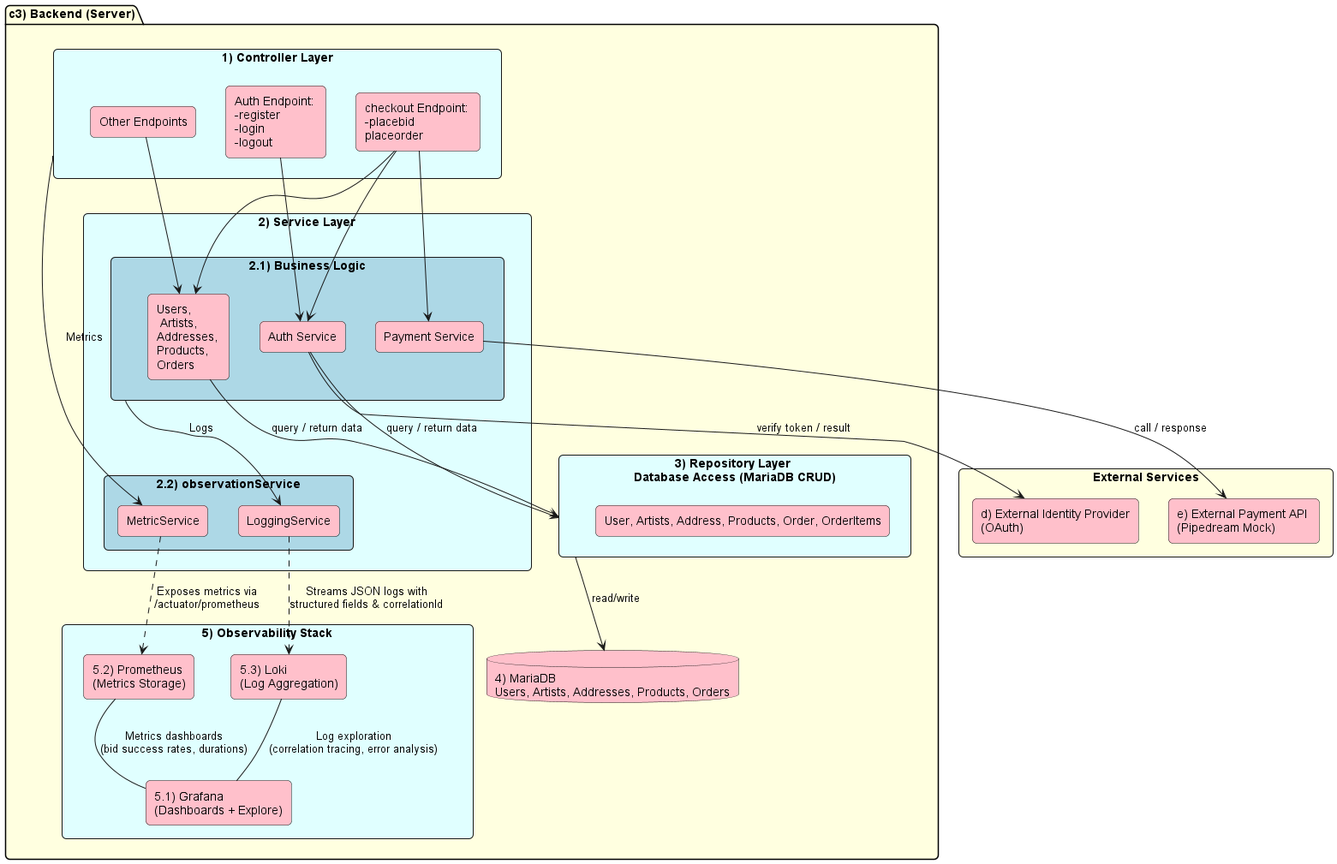
Before: out/puml/system_architecture_backend/backend_architecture.png, a diagram exported from PlantUML (golihaidari/BidGallery). Its diagram source:
```plantuml
@startuml backend_architecture

!define RECTANGLE class
skinparam defaultFontName Arial
skinparam roundCorner 10
skinparam classBackgroundColor White
skinparam classBorderColor Black
skinparam shadowing false

package "c3) Backend (Server)" #LightYellow {
  rectangle "1) Controller Layer" as Controllers #LightCyan{
    rectangle "Auth Endpoint: \n-register \n-login \n-logout" as AuthCtrl  #Pink
    rectangle "Other Endpoints" as OtherCtrl #Pink
    rectangle "checkout Endpoint: \n-placebid \nplaceorder" as CheckoutCtrl #Pink
  }
  rectangle "2) Service Layer" as Services #LightCyan {
    rectangle "2.1) Business Logic" as BusinessSer  #LightBlue{
      rectangle "Auth Service" as AuthSer #Pink
      rectangle "Users, \n Artists,\nAddresses, \nProducts, \nOrders" as OtherSer #Pink
      rectangle "Payment Service"as PaymentSer #Pink
    }

    rectangle "2.2) observationService" as obs #LightBlue{
      rectangle "LoggingService" as LogSer #Pink
      rectangle "MetricService" as MetricSer #Pink
    }
  }

  rectangle "3) Repository Layer \nDatabase Access (MariaDB CRUD)" as Repo #LightCyan{
    rectangle "User, Artists, Address, Products, Order, OrderItems" #Pink
  }

  database "4) MariaDB\nUsers, Artists, Addresses, Products, Orders" as DB #Pink

  rectangle "5) Observability Stack" #LightCyan{
    rectangle "5.1) Grafana\n(Dashboards + Explore)" as Grafana #Pink
    rectangle "5.2) Prometheus\n(Metrics Storage)" as Prometheus #Pink
    rectangle "5.3) Loki\n(Log Aggregation)" as Loki #Pink
  }
}

rectangle "External Services" #LightYellow{
  rectangle "d) External Identity Provider\n(OAuth)" as IdP #Pink
  rectangle "e) External Payment API \n(Pipedream Mock)" as Payment #Pink
}


Controllers --> MetricSer: Metrics
BusinessSer --> LogSer: Logs

OtherCtrl --> OtherSer
CheckoutCtrl --> OtherSer
CheckoutCtrl --> PaymentSer
CheckoutCtrl --> AuthSer
AuthCtrl --> AuthSer

MetricSer ..> Prometheus : Exposes metrics via\n/actuator/prometheus
LogSer ..> Loki : Streams JSON logs with\nstructured fields & correlationId

AuthSer--> Repo : query / return data
OtherSer --> Repo : query / return data
Repo --> DB : read/write
PaymentSer --> Payment : call / response
AuthSer --> IdP : verify token / result

Prometheus -- Grafana : Metrics dashboards\n(bid success rates, durations)
Loki -- Grafana : Log exploration\n(correlation tracing, error analysis)


@enduml
```
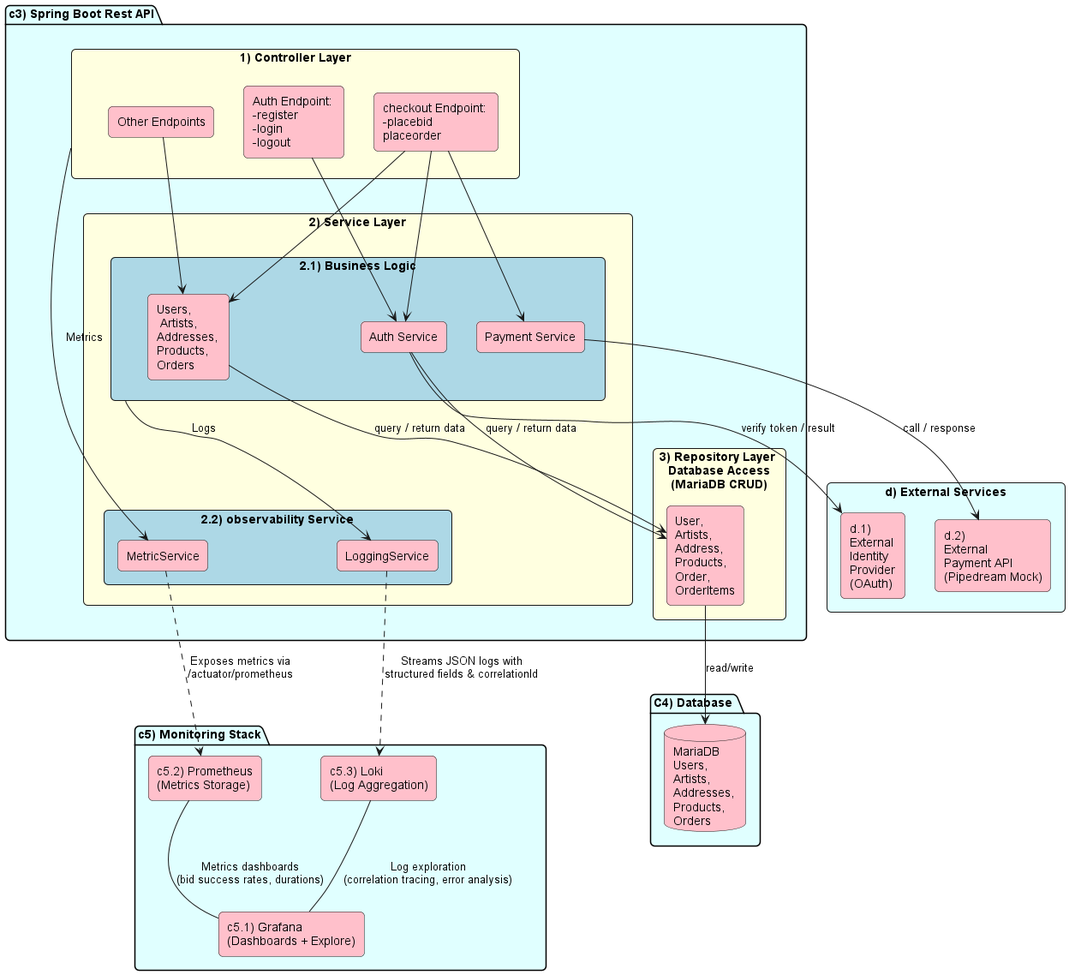
After the commit.

What changed in the source:
```diff
@@ -7,41 +7,45 @@
 skinparam classBorderColor Black
 skinparam shadowing false
 
-package "c3) Backend (Server)" #LightYellow {
-  rectangle "1) Controller Layer" as Controllers #LightCyan{
+package "c3) Spring Boot Rest API" #LightCyan {
+  rectangle "1) Controller Layer" as Controllers #LightYellow{
     rectangle "Auth Endpoint: \n-register \n-login \n-logout" as AuthCtrl  #Pink
     rectangle "Other Endpoints" as OtherCtrl #Pink
     rectangle "checkout Endpoint: \n-placebid \nplaceorder" as CheckoutCtrl #Pink
   }
-  rectangle "2) Service Layer" as Services #LightCyan {
+  rectangle "2) Service Layer" as Services #LightYellow {
     rectangle "2.1) Business Logic" as BusinessSer  #LightBlue{
       rectangle "Auth Service" as AuthSer #Pink
       rectangle "Users, \n Artists,\nAddresses, \nProducts, \nOrders" as OtherSer #Pink
       rectangle "Payment Service"as PaymentSer #Pink
     }
 
-    rectangle "2.2) observationService" as obs #LightBlue{
+    rectangle "2.2) observability Service" as obs #LightBlue{
       rectangle "LoggingService" as LogSer #Pink
       rectangle "MetricService" as MetricSer #Pink
     }
   }
 
-  rectangle "3) Repository Layer \nDatabase Access (MariaDB CRUD)" as Repo #LightCyan{
-    rectangle "User, Artists, Address, Products, Order, OrderItems" #Pink
+  rectangle "3) Repository Layer \nDatabase Access\n(MariaDB CRUD)"  #LightYellow{
+    rectangle "User, \nArtists, \nAddress, \nProducts, \nOrder, \nOrderItems" as Repo #Pink
   }
 
-  database "4) MariaDB\nUsers, Artists, Addresses, Products, Orders" as DB #Pink
-
-  rectangle "5) Observability Stack" #LightCyan{
-    rectangle "5.1) Grafana\n(Dashboards + Explore)" as Grafana #Pink
-    rectangle "5.2) Prometheus\n(Metrics Storage)" as Prometheus #Pink
-    rectangle "5.3) Loki\n(Log Aggregation)" as Loki #Pink
-  }
 }
 
-rectangle "External Services" #LightYellow{
-  rectangle "d) External Identity Provider\n(OAuth)" as IdP #Pink
-  rectangle "e) External Payment API \n(Pipedream Mock)" as Payment #Pink
+package "C4) Database " #LightCyan{
+  database "MariaDB\nUsers, \nArtists, \nAddresses, \nProducts, \nOrders" as DB #Pink
+
+}
+
+package "c5) Monitoring Stack" #LightCyan {
+  rectangle "c5.1) Grafana\n(Dashboards + Explore)" as Grafana #Pink
+  rectangle "c5.2) Prometheus\n(Metrics Storage)" as Prometheus #Pink
+  rectangle "c5.3) Loki\n(Log Aggregation)" as Loki #Pink
+}
+
+rectangle "d) External Services" #LightCyan{
+  rectangle "d.1) \nExternal \nIdentity \nProvider\n(OAuth)" as IdP #Pink
+  rectangle "d.2) \nExternal \nPayment API \n(Pipedream Mock)" as Payment #Pink
 }
 
 
@@ -54,11 +58,14 @@
 CheckoutCtrl --> AuthSer
 AuthCtrl --> AuthSer
 
-MetricSer ..> Prometheus : Exposes metrics via\n/actuator/prometheus
-LogSer ..> Loki : Streams JSON logs with\nstructured fields & correlationId
+AuthSer -[hidden]right- OtherSer : "internal service calls"
+LogSer -[hidden]right- MetricSer : "shared observability"
 
-AuthSer--> Repo : query / return data
-OtherSer --> Repo : query / return data
+MetricSer .down.> Prometheus : Exposes metrics via\n/actuator/prometheus
+LogSer .down.> Loki : Streams JSON logs with\nstructured fields & correlationId
+
+AuthSer-down-> Repo : query / return data
+OtherSer -down-> Repo : query / return data
 Repo --> DB : read/write
 PaymentSer --> Payment : call / response
 AuthSer --> IdP : verify token / result
```
